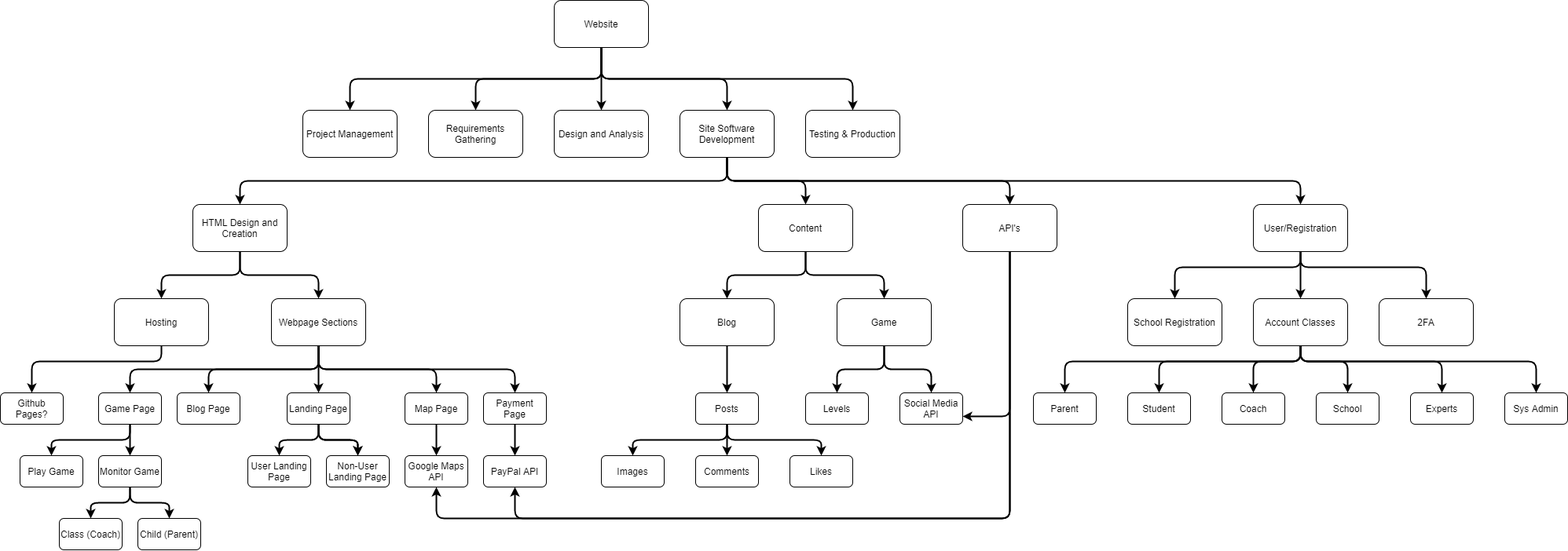
The draw.io diagram Deliverables/Week_5/Work Breakdown Structure.png in Hanandrof/Group-3-Repository, before a commit. Source tidied: cells renumbered, new cells last; positions are measured from the earlier drawing's top-left corner, leaving out a move shared by most shapes.
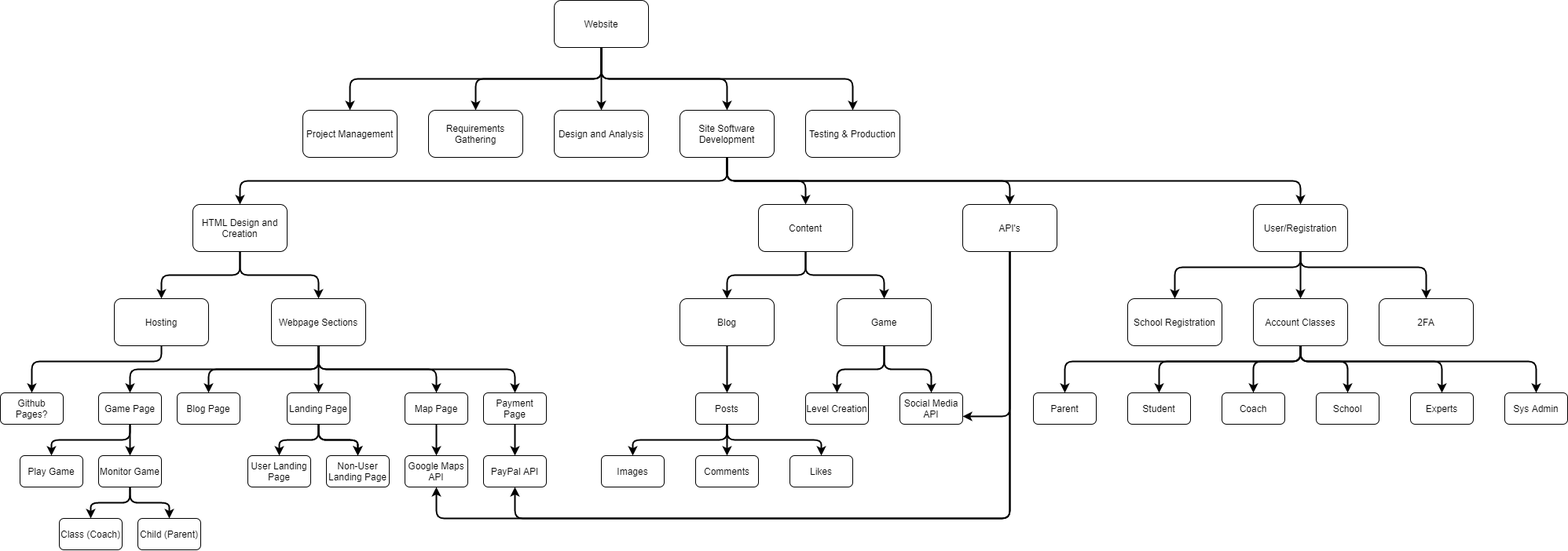
The same file after the commit.

What changed in the source:
```diff
@@ -208,7 +208,7 @@
     <mxCell id="43" value="Map Page" style="rounded=1;whiteSpace=wrap;html=1;" parent="1" vertex="1">
       <mxGeometry x="515" y="500" width="80" height="40" as="geometry" />
     </mxCell>
-    <mxCell id="44" value="Levels" style="rounded=1;whiteSpace=wrap;html=1;" parent="1" vertex="1">
+    <mxCell id="44" value="Level Creation" style="rounded=1;whiteSpace=wrap;html=1;" parent="1" vertex="1">
       <mxGeometry x="1025" y="500" width="80" height="40" as="geometry" />
     </mxCell>
     <mxCell id="45" value="Social Media API" style="rounded=1;whiteSpace=wrap;html=1;" parent="1" vertex="1">
```
